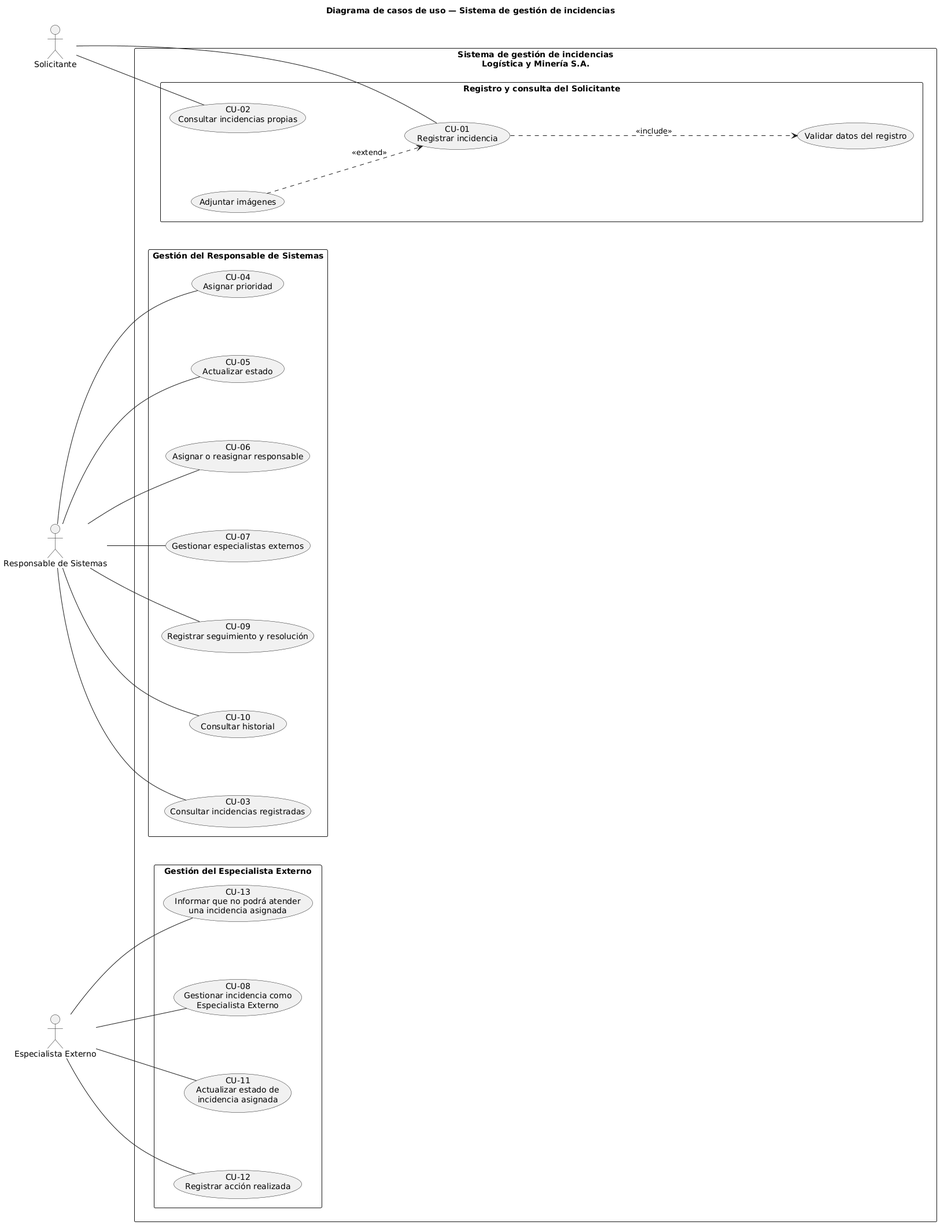
Luciosanfi7413/Caso-de-estudio-Log-stica-y-Miner-a-S.A keeps this PlantUML diagram as diagramas/casos-de-uso.png. Above is the earlier version. Its diagram source:
```plantuml
@startuml
title Diagrama de casos de uso — Sistema de gestión de incidencias

left to right direction
skinparam packageStyle rectangle
skinparam nodesep 100

actor "Solicitante" as Solicitante
actor "Responsable de Sistemas" as Sistemas
actor "Especialista Externo" as Externo

rectangle "Sistema de gestión de incidencias\nLogística y Minería S.A." {

  package "Registro y consulta del Solicitante" {
    usecase "CU-01\nRegistrar incidencia" as CU01
    usecase "Validar datos del registro" as Validar
    usecase "Adjuntar imágenes" as Adjuntar
    usecase "CU-02\nConsultar incidencias propias" as CU02
  }

  package "Gestión del Responsable de Sistemas" {
    usecase "CU-03\nConsultar incidencias registradas" as CU03
    usecase "CU-04\nAsignar prioridad" as CU04
    usecase "CU-05\nActualizar estado" as CU05
    usecase "CU-06\nAsignar o reasignar responsable" as CU06
    usecase "CU-07\nGestionar especialistas externos" as CU07
    usecase "CU-09\nRegistrar seguimiento y resolución" as CU09
    usecase "CU-10\nConsultar historial" as CU10
  }

  package "Gestión del Especialista Externo" {
    usecase "CU-08\nGestionar incidencia como\nEspecialista Externo" as CU08
    usecase "CU-11\nActualizar estado de\nincidencia asignada" as CU11
    usecase "CU-12\nRegistrar acción realizada" as CU12
    usecase "CU-13\nInformar que no podrá atender\nuna incidencia asignada" as CU13
  }
}

Solicitante -- CU01
Solicitante -- CU02

Sistemas -- CU03
Sistemas -- CU04
Sistemas -- CU05
Sistemas -- CU06
Sistemas -- CU07
Sistemas -- CU09
Sistemas -- CU10

Externo -- CU08
Externo -- CU11
Externo -- CU12
Externo -- CU13

CU01 ........> Validar : <<include>>
Adjuntar ..> CU01 : <<extend>>
@enduml
```
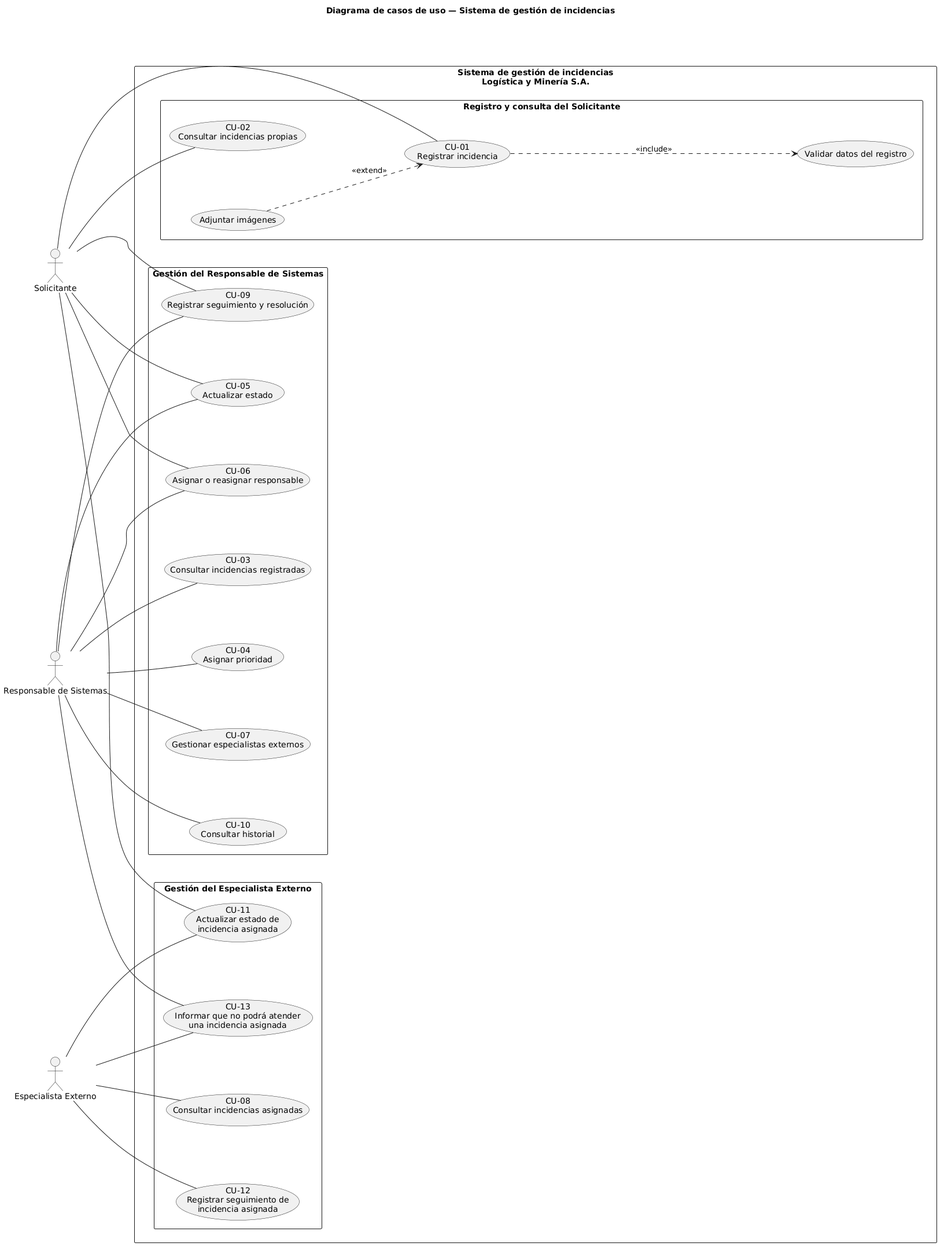
After the change.

Commit message:
Agregando ajustes de consistencia

Diff of the diagram source:
```diff
@@ -29,15 +29,19 @@
   }
 
   package "Gestión del Especialista Externo" {
-    usecase "CU-08\nGestionar incidencia como\nEspecialista Externo" as CU08
+    usecase "CU-08\nConsultar incidencias asignadas" as CU08
     usecase "CU-11\nActualizar estado de\nincidencia asignada" as CU11
-    usecase "CU-12\nRegistrar acción realizada" as CU12
+    usecase "CU-12\nRegistrar seguimiento de\nincidencia asignada" as CU12
     usecase "CU-13\nInformar que no podrá atender\nuna incidencia asignada" as CU13
   }
 }
 
 Solicitante -- CU01
 Solicitante -- CU02
+Solicitante -- CU05
+Solicitante -- CU06
+Solicitante -- CU09
+Solicitante -- CU11
 
 Sistemas -- CU03
 Sistemas -- CU04
@@ -46,6 +50,7 @@
 Sistemas -- CU07
 Sistemas -- CU09
 Sistemas -- CU10
+Sistemas -- CU13
 
 Externo -- CU08
 Externo -- CU11
```
